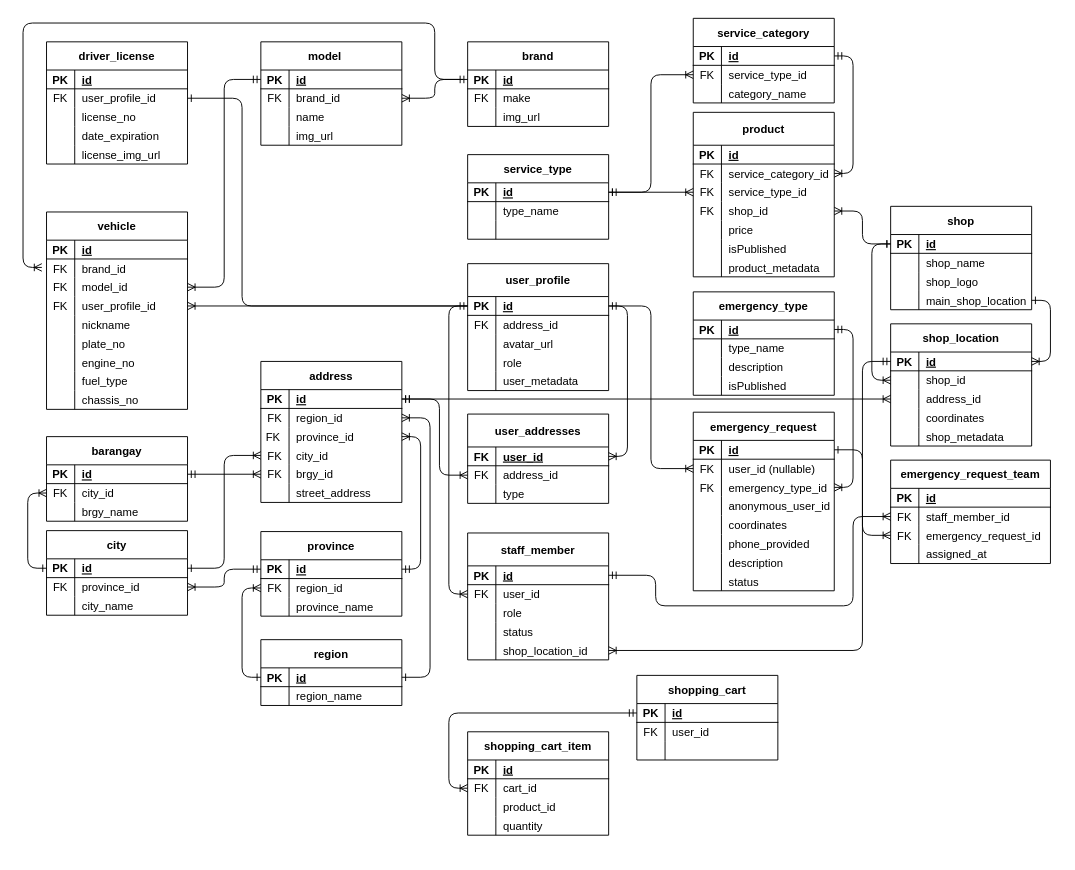
Above: Untitled Diagram.drawio in PitZza04/drawIO (draw.io), before the change. Source tidied: cells renumbered, new cells numbered last; positions are measured from the earlier drawing's top-left corner, leaving out a move shared by most shapes. Both pictures are drawn from the tidied source at 94%, with x=0, y=0 at pixel (23, 18).
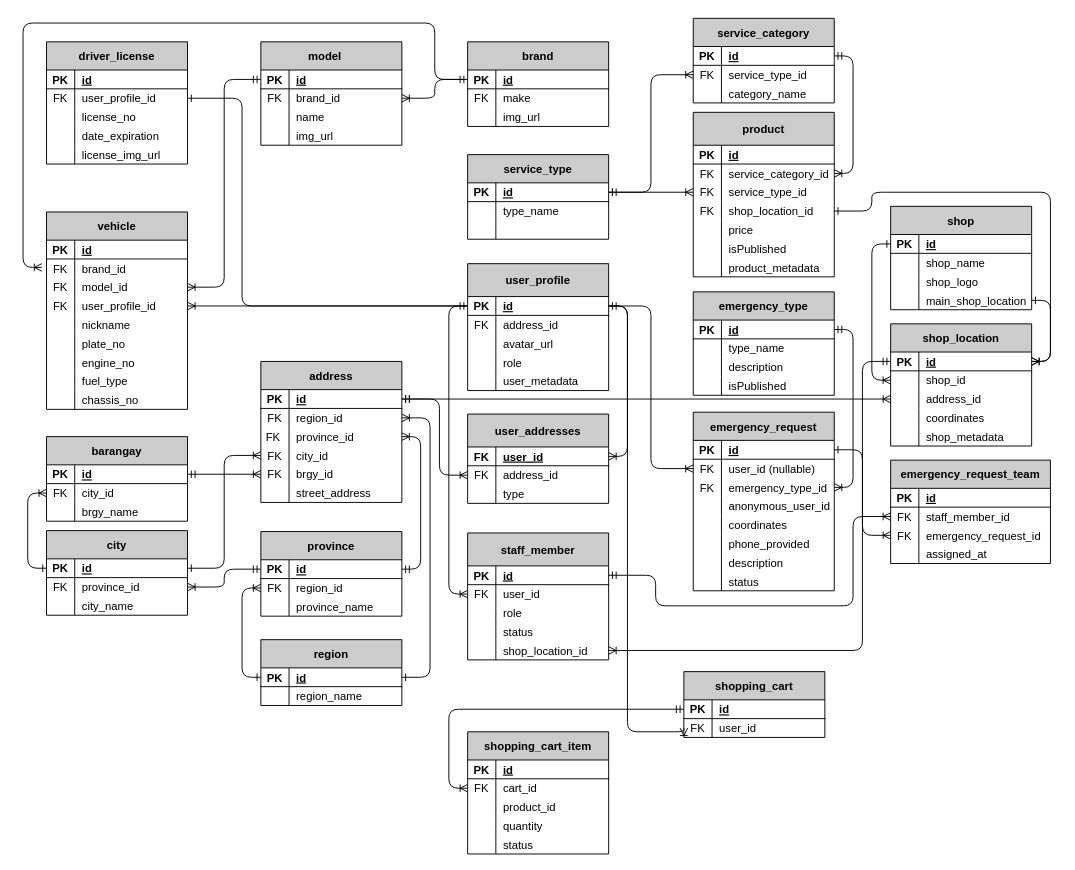
After the change.

Unchanged cells that the change refers to:
```xml
<mxCell id="19" style="shape=partialRectangle;fillColor=none;top=0;left=0;bottom=1;right=0;points=[[0,0.5],[1,0.5]];portConstraint=eastwest;" parent="18" vertex="1">
  <mxGeometry y="35" width="150" height="20" as="geometry" />
</mxCell>
<mxCell id="155" style="shape=partialRectangle;fillColor=none;top=0;left=0;bottom=0;right=0;points=[[0,0.5],[1,0.5]];portConstraint=eastwest;" parent="145" vertex="1">
  <mxGeometry y="95" width="150" height="20" as="geometry" />
</mxCell>
<mxCell id="191" style="shape=partialRectangle;fillColor=none;top=0;left=0;bottom=1;right=0;points=[[0,0.5],[1,0.5]];portConstraint=eastwest;" parent="190" vertex="1">
  <mxGeometry y="30" width="150" height="20" as="geometry" />
</mxCell>
<mxCell id="221" style="shape=partialRectangle;fillColor=none;top=0;left=0;bottom=0;right=0;points=[[0,0.5],[1,0.5]];portConstraint=eastwest;" parent="217" vertex="1">
  <mxGeometry y="50" width="150" height="20" as="geometry" />
</mxCell>
<mxCell id="242" style="shape=partialRectangle;fillColor=none;top=0;left=0;bottom=1;right=0;points=[[0,0.5],[1,0.5]];portConstraint=eastwest;" parent="241" vertex="1">
  <mxGeometry y="30" width="150" height="20" as="geometry" />
</mxCell>
<mxCell id="313" style="shape=partialRectangle;fillColor=none;top=0;left=0;bottom=0;right=0;points=[[0,0.5],[1,0.5]];portConstraint=eastwest;" parent="300" vertex="1">
  <mxGeometry y="115" width="150" height="20" as="geometry" />
</mxCell>
```

Change to the diagram source:
```diff
@@
-    <mxCell id="2" value="driver_license" style="shape=table;startSize=30;childLayout=tableLayout;rowLines=0;fontStyle=1;align=center;" parent="1" vertex="1">
+    <mxCell id="2" value="driver_license" style="shape=table;startSize=30;childLayout=tableLayout;rowLines=0;fontStyle=1;align=center;fillColor=#CCCCCC;" parent="1" vertex="1">
       <mxGeometry x="25" y="25" width="150" height="130" as="geometry" />
     </mxCell>
@@
-    <mxCell id="18" value="user_profile" style="shape=table;startSize=35;childLayout=tableLayout;rowLines=0;fontStyle=1;align=center;" parent="1" vertex="1">
+    <mxCell id="18" value="user_profile" style="shape=table;startSize=35;childLayout=tableLayout;rowLines=0;fontStyle=1;align=center;fillColor=#CCCCCC;strokeColor=#000000;" parent="1" vertex="1">
       <mxGeometry x="473" y="261" width="150" height="135" as="geometry" />
     </mxCell>
@@
-    <mxCell id="34" value="address" style="shape=table;startSize=30;childLayout=tableLayout;rowLines=0;fontStyle=1;align=center;" parent="1" vertex="1">
+    <mxCell id="34" value="address" style="shape=table;startSize=30;childLayout=tableLayout;rowLines=0;fontStyle=1;align=center;fillColor=#CCCCCC;strokeColor=#000000;" parent="1" vertex="1">
       <mxGeometry x="253" y="365" width="150" height="150" as="geometry" />
     </mxCell>
@@
-    <mxCell id="53" value="region" style="shape=table;startSize=30;childLayout=tableLayout;rowLines=0;fontStyle=1;align=center;" parent="1" vertex="1">
+    <mxCell id="53" value="region" style="shape=table;startSize=30;childLayout=tableLayout;rowLines=0;fontStyle=1;align=center;fillColor=#CCCCCC;strokeColor=#000000;" parent="1" vertex="1">
       <mxGeometry x="253" y="661" width="150" height="70" as="geometry" />
     </mxCell>
@@
-    <mxCell id="60" value="city" style="shape=table;startSize=30;childLayout=tableLayout;rowLines=0;fontStyle=1;align=center;" parent="1" vertex="1">
+    <mxCell id="60" value="city" style="shape=table;startSize=30;childLayout=tableLayout;rowLines=0;fontStyle=1;align=center;fillColor=#CCCCCC;" parent="1" vertex="1">
       <mxGeometry x="25" y="545" width="150" height="90" as="geometry" />
     </mxCell>
@@
-    <mxCell id="70" value="province" style="shape=table;startSize=30;childLayout=tableLayout;rowLines=0;fontStyle=1;align=center;" parent="1" vertex="1">
+    <mxCell id="70" value="province" style="shape=table;startSize=30;childLayout=tableLayout;rowLines=0;fontStyle=1;align=center;fillColor=#CCCCCC;strokeColor=#000000;" parent="1" vertex="1">
       <mxGeometry x="253" y="546" width="150" height="90" as="geometry" />
     </mxCell>
@@
-    <mxCell id="80" value="barangay" style="shape=table;startSize=30;childLayout=tableLayout;rowLines=0;fontStyle=1;align=center;" parent="1" vertex="1">
+    <mxCell id="80" value="barangay" style="shape=table;startSize=30;childLayout=tableLayout;rowLines=0;fontStyle=1;align=center;fillColor=#CCCCCC;" parent="1" vertex="1">
       <mxGeometry x="25" y="445" width="150" height="90" as="geometry" />
     </mxCell>
@@
-    <mxCell id="90" value="model    " style="shape=table;startSize=30;childLayout=tableLayout;rowLines=0;fontStyle=1;align=center;" parent="1" vertex="1">
+    <mxCell id="90" value="model    " style="shape=table;startSize=30;childLayout=tableLayout;rowLines=0;fontStyle=1;align=center;fillColor=#CCCCCC;" parent="1" vertex="1">
       <mxGeometry x="253" y="25" width="150" height="110" as="geometry" />
     </mxCell>
@@
-    <mxCell id="103" value="brand" style="shape=table;startSize=30;childLayout=tableLayout;rowLines=0;fontStyle=1;align=center;" parent="1" vertex="1">
+    <mxCell id="103" value="brand" style="shape=table;startSize=30;childLayout=tableLayout;rowLines=0;fontStyle=1;align=center;fillColor=#CCCCCC;" parent="1" vertex="1">
       <mxGeometry x="473" y="25" width="150" height="90" as="geometry" />
     </mxCell>
@@
-    <mxCell id="113" value="vehicle" style="shape=table;startSize=30;childLayout=tableLayout;rowLines=0;fontStyle=1;align=center;" parent="1" vertex="1">
+    <mxCell id="113" value="vehicle" style="shape=table;startSize=30;childLayout=tableLayout;rowLines=0;fontStyle=1;align=center;fillColor=#CCCCCC;" parent="1" vertex="1">
       <mxGeometry x="25" y="206" width="150" height="210" as="geometry" />
     </mxCell>
@@
-    <mxCell id="145" value="product" style="shape=table;startSize=35;childLayout=tableLayout;rowLines=0;fontStyle=1;align=center;" parent="1" vertex="1">
+    <mxCell id="145" value="product" style="shape=table;startSize=35;childLayout=tableLayout;rowLines=0;fontStyle=1;align=center;fillColor=#CCCCCC;strokeColor=#000000;" parent="1" vertex="1">
       <mxGeometry x="713" y="100" width="150" height="175" as="geometry" />
     </mxCell>
@@
-    <mxCell id="157" value="shop_id" style="shape=partialRectangle;fillColor=none;top=0;left=0;bottom=0;right=0;align=left;spacingLeft=6;overflow=hidden;" parent="155" vertex="1">
+    <mxCell id="157" value="shop_location_id" style="shape=partialRectangle;fillColor=none;top=0;left=0;bottom=0;right=0;align=left;spacingLeft=6;overflow=hidden;" parent="155" vertex="1">
       <mxGeometry x="30" width="120" height="20" as="geometry" />
     </mxCell>
@@
-    <mxCell id="167" value="service_type" style="shape=table;startSize=30;childLayout=tableLayout;rowLines=0;fontStyle=1;align=center;" parent="1" vertex="1">
+    <mxCell id="167" value="service_type" style="shape=table;startSize=30;childLayout=tableLayout;rowLines=0;fontStyle=1;align=center;fillColor=#CCCCCC;" parent="1" vertex="1">
       <mxGeometry x="473" y="145" width="150" height="90" as="geometry" />
     </mxCell>
@@
-    <mxCell id="178" value="service_category" style="shape=table;startSize=30;childLayout=tableLayout;rowLines=0;fontStyle=1;align=center;" parent="1" vertex="1">
+    <mxCell id="178" value="service_category" style="shape=table;startSize=30;childLayout=tableLayout;rowLines=0;fontStyle=1;align=center;fillColor=#CCCCCC;" parent="1" vertex="1">
       <mxGeometry x="713" width="150" height="90" as="geometry" />
     </mxCell>
@@
-    <mxCell id="190" value="shop" style="shape=table;startSize=30;childLayout=tableLayout;rowLines=0;fontStyle=1;align=center;" parent="1" vertex="1">
+    <mxCell id="190" value="shop" style="shape=table;startSize=30;childLayout=tableLayout;rowLines=0;fontStyle=1;align=center;fillColor=#CCCCCC;strokeColor=#000000;" parent="1" vertex="1">
       <mxGeometry x="923" y="200" width="150" height="110" as="geometry" />
     </mxCell>
@@
-    <mxCell id="204" value="emergency_type" style="shape=table;startSize=30;childLayout=tableLayout;rowLines=0;fontStyle=1;align=center;" parent="1" vertex="1">
+    <mxCell id="204" value="emergency_type" style="shape=table;startSize=30;childLayout=tableLayout;rowLines=0;fontStyle=1;align=center;fillColor=#CCCCCC;strokeColor=#000000;" parent="1" vertex="1">
       <mxGeometry x="713" y="291" width="150" height="110" as="geometry" />
     </mxCell>
@@
-    <mxCell id="217" value="shopping_cart" style="shape=table;startSize=30;childLayout=tableLayout;rowLines=0;fontStyle=1;align=center;" parent="1" vertex="1">
-      <mxGeometry x="653" y="699" width="150" height="90" as="geometry" />
+    <mxCell id="217" value="shopping_cart" style="shape=table;startSize=30;childLayout=tableLayout;rowLines=0;fontStyle=1;align=center;fillColor=#CCCCCC;strokeColor=#000000;" parent="1" vertex="1">
+      <mxGeometry x="703" y="695" width="150" height="70" as="geometry" />
     </mxCell>
@@
-    <mxCell id="224" style="shape=partialRectangle;fillColor=none;top=0;left=0;bottom=0;right=0;" parent="217" vertex="1">
-      <mxGeometry y="70" width="150" height="20" as="geometry" />
-    </mxCell>
-    <mxCell id="225" style="shape=partialRectangle;fillColor=none;top=0;left=0;bottom=0;right=0;overflow=hidden;" parent="224" vertex="1">
-      <mxGeometry width="30" height="20" as="geometry" />
-    </mxCell>
-    <mxCell id="226" style="shape=partialRectangle;fillColor=none;top=0;left=0;bottom=0;right=0;align=left;spacingLeft=6;overflow=hidden;" parent="224" vertex="1">
-      <mxGeometry x="30" width="120" height="20" as="geometry" />
-    </mxCell>
-    <mxCell id="227" style="edgeStyle=orthogonalEdgeStyle;rounded=1;jettySize=auto;html=1;exitX=0;exitY=0.5;exitDx=0;exitDy=0;entryX=1;entryY=0.5;entryDx=0;entryDy=0;startArrow=ERone;startFill=0;endArrow=ERoneToMany;endFill=0;" parent="1" edge="1" source="191" target="155">
-      <mxGeometry relative="1" as="geometry" />
-    </mxCell>
@@
-    <mxCell id="230" value="user_addresses" style="shape=table;startSize=35;childLayout=tableLayout;rowLines=0;fontStyle=1;align=center;" parent="1" vertex="1">
+    <mxCell id="230" value="user_addresses" style="shape=table;startSize=35;childLayout=tableLayout;rowLines=0;fontStyle=1;align=center;fillColor=#CCCCCC;strokeColor=#000000;" parent="1" vertex="1">
       <mxGeometry x="473" y="421" width="150" height="95" as="geometry" />
     </mxCell>
@@
-    <mxCell id="241" value="shop_location" style="shape=table;startSize=30;childLayout=tableLayout;rowLines=0;fontStyle=1;align=center;" parent="1" vertex="1">
+    <mxCell id="241" value="shop_location" style="shape=table;startSize=30;childLayout=tableLayout;rowLines=0;fontStyle=1;align=center;fillColor=#CCCCCC;strokeColor=#000000;" parent="1" vertex="1">
       <mxGeometry x="923" y="325" width="150" height="130" as="geometry" />
     </mxCell>
@@
-    <mxCell id="259" value="emergency_request" style="shape=table;startSize=30;childLayout=tableLayout;rowLines=0;fontStyle=1;align=center;" parent="1" vertex="1">
+    <mxCell id="259" value="emergency_request" style="shape=table;startSize=30;childLayout=tableLayout;rowLines=0;fontStyle=1;align=center;fillColor=#CCCCCC;strokeColor=#000000;" parent="1" vertex="1">
       <mxGeometry x="713" y="419" width="150" height="190" as="geometry" />
     </mxCell>
@@
-    <mxCell id="284" value="emergency_request_team" style="shape=table;startSize=30;childLayout=tableLayout;rowLines=0;fontStyle=1;align=center;" parent="1" vertex="1">
+    <mxCell id="284" value="emergency_request_team" style="shape=table;startSize=30;childLayout=tableLayout;rowLines=0;fontStyle=1;align=center;fillColor=#CCCCCC;strokeColor=#000000;" parent="1" vertex="1">
       <mxGeometry x="923" y="470" width="170" height="110" as="geometry" />
     </mxCell>
@@
-    <mxCell id="300" value="staff_member" style="shape=table;startSize=35;childLayout=tableLayout;rowLines=0;fontStyle=1;align=center;" parent="1" vertex="1">
+    <mxCell id="300" value="staff_member" style="shape=table;startSize=35;childLayout=tableLayout;rowLines=0;fontStyle=1;align=center;fillColor=#CCCCCC;strokeColor=#000000;" parent="1" vertex="1">
       <mxGeometry x="473" y="547.5" width="150" height="135" as="geometry" />
     </mxCell>
@@
-    <mxCell id="320" value="shopping_cart_item" style="shape=table;startSize=30;childLayout=tableLayout;rowLines=0;fontStyle=1;align=center;" parent="1" vertex="1">
-      <mxGeometry x="473" y="759" width="150" height="110" as="geometry" />
+    <mxCell id="320" value="shopping_cart_item" style="shape=table;startSize=30;childLayout=tableLayout;rowLines=0;fontStyle=1;align=center;fillColor=#CCCCCC;strokeColor=#000000;" parent="1" vertex="1">
+      <mxGeometry x="473" y="759" width="150" height="130" as="geometry" />
     </mxCell>
@@
+    <mxCell id="340" style="shape=partialRectangle;fillColor=none;top=0;left=0;bottom=0;right=0;" parent="320" vertex="1">
+      <mxGeometry y="110" width="150" height="20" as="geometry" />
+    </mxCell>
+    <mxCell id="225" style="shape=partialRectangle;fillColor=none;top=0;left=0;bottom=0;right=0;overflow=hidden;" parent="340" vertex="1">
+      <mxGeometry width="30" height="20" as="geometry" />
+    </mxCell>
+    <mxCell id="341" value="status" style="shape=partialRectangle;fillColor=none;top=0;left=0;bottom=0;right=0;align=left;spacingLeft=6;overflow=hidden;" parent="340" vertex="1">
+      <mxGeometry x="30" width="120" height="20" as="geometry" />
+    </mxCell>
@@
-    <mxCell id="338" style="edgeStyle=orthogonalEdgeStyle;rounded=1;jettySize=auto;html=1;exitX=0;exitY=0.5;exitDx=0;exitDy=0;entryX=1;entryY=0.5;entryDx=0;entryDy=0;startArrow=ERmandOne;startFill=0;endArrow=ERoneToMany;endFill=0;" parent="1" edge="1" source="242" target="313">
+    <mxCell id="338" value="&lt;br&gt;&lt;br&gt;" style="edgeStyle=orthogonalEdgeStyle;rounded=1;jettySize=auto;html=1;exitX=0;exitY=0.5;exitDx=0;exitDy=0;entryX=1;entryY=0.5;entryDx=0;entryDy=0;startArrow=ERmandOne;startFill=0;endArrow=ERoneToMany;endFill=0;" parent="1" edge="1" source="242" target="313">
       <mxGeometry relative="1" as="geometry">
         <Array as="points">
           <mxPoint x="893" y="365" />
           <mxPoint x="893" y="673" />
         </Array>
       </mxGeometry>
     </mxCell>
@@
+    <mxCell id="342" style="edgeStyle=orthogonalEdgeStyle;rounded=1;jettySize=auto;html=1;exitX=1;exitY=0.5;exitDx=0;exitDy=0;entryX=0;entryY=0.5;entryDx=0;entryDy=0;endArrow=ERoneToMany;endFill=0;" parent="1" edge="1" source="19" target="221">
+      <mxGeometry relative="1" as="geometry">
+        <Array as="points">
+          <mxPoint x="643" y="306" />
+          <mxPoint x="643" y="759" />
+        </Array>
+      </mxGeometry>
+    </mxCell>
+    <mxCell id="343" style="edgeStyle=orthogonalEdgeStyle;rounded=1;jettySize=auto;html=1;exitX=1;exitY=0.5;exitDx=0;exitDy=0;entryX=1;entryY=0.5;entryDx=0;entryDy=0;endArrow=ERoneToMany;endFill=0;startArrow=ERone;startFill=0;" parent="1" edge="1" source="155" target="242">
+      <mxGeometry relative="1" as="geometry">
+        <Array as="points">
+          <mxPoint x="903" y="205" />
+          <mxPoint x="903" y="185" />
+          <mxPoint x="1093" y="185" />
+          <mxPoint x="1093" y="365" />
+        </Array>
+      </mxGeometry>
+    </mxCell>
```
